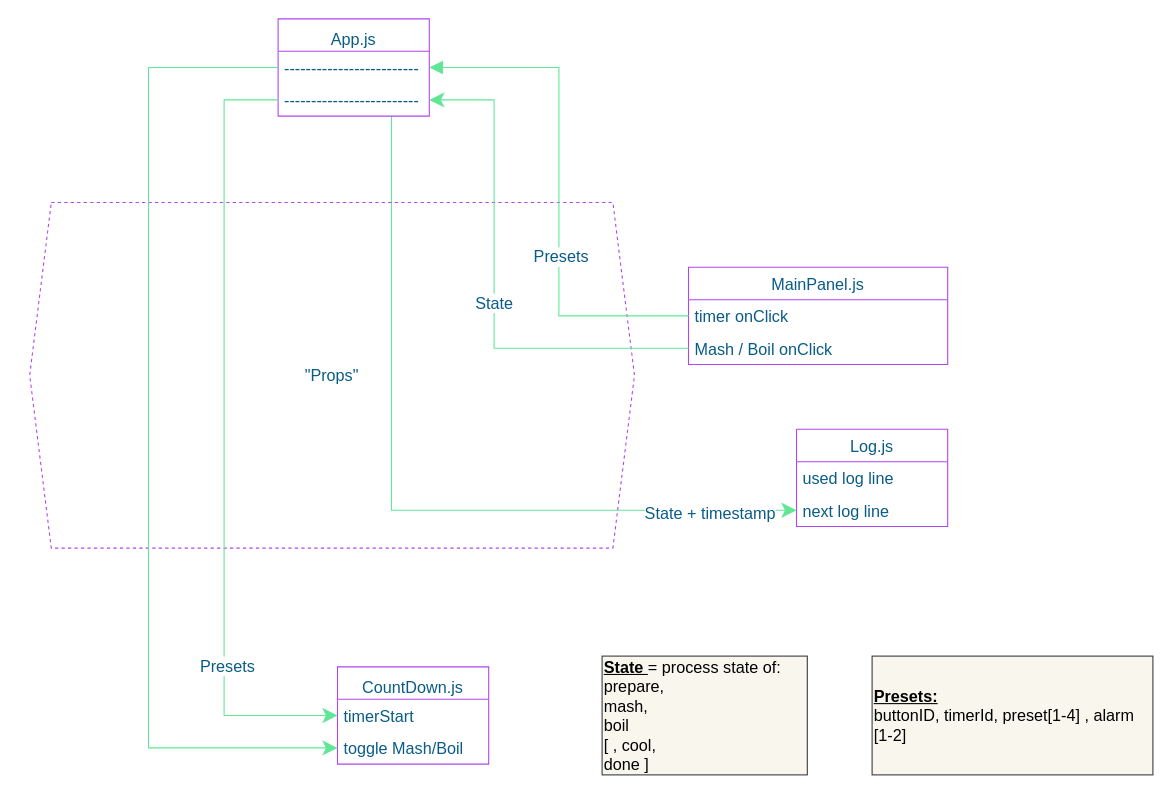
linuxnt64/brewtimer keeps this draw.io diagram as page "Flow" (2 of 2) of .documentation/curernt.drawio. Above is the earlier version. Source tidied: cells renumbered, new cells numbered last; positions are measured from the earlier drawing's top-left corner, leaving out a move shared by most shapes. Both pictures are drawn from the tidied source at 108%, with x=0, y=0 at pixel (29, 18).
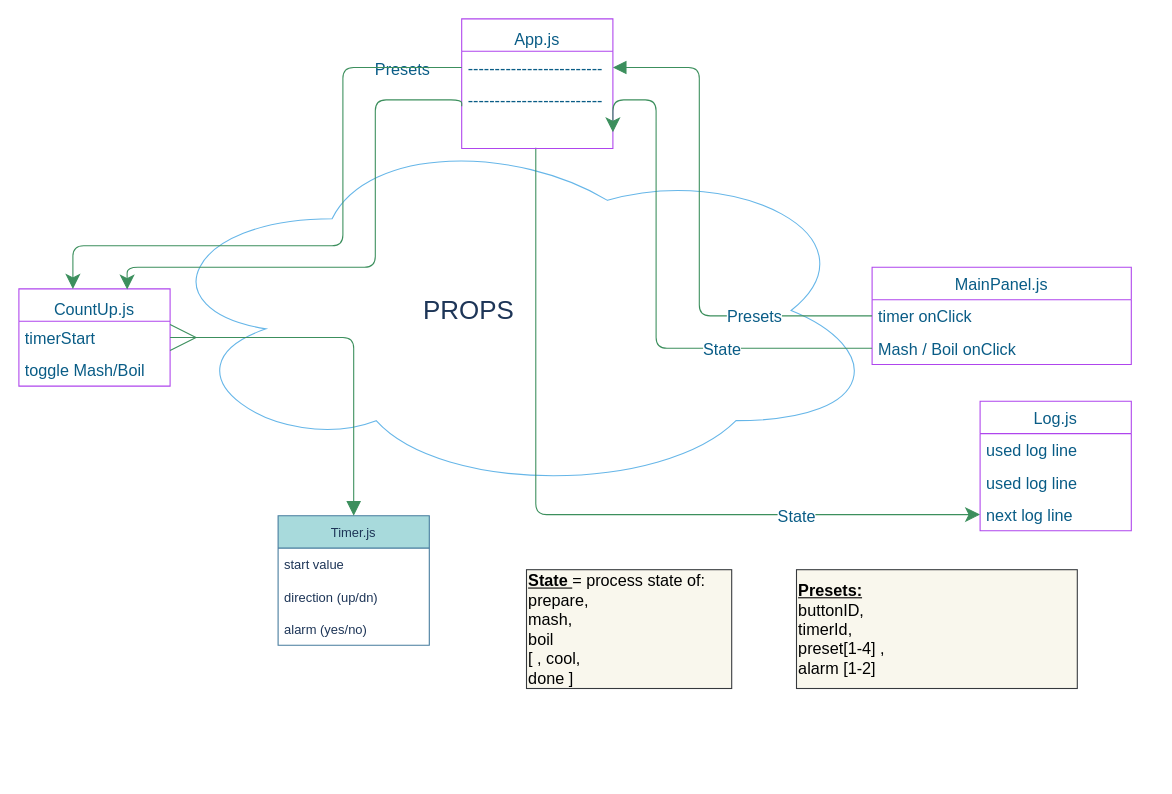
Above is the later version.

Unchanged cells that the change refers to:
```xml
<mxCell id="5" value="-------------------------" style="text;strokeColor=none;fillColor=none;align=left;verticalAlign=middle;spacingLeft=4;spacingRight=4;overflow=hidden;points=[[0,0.5],[1,0.5]];portConstraint=eastwest;labelBackgroundColor=none;fontSize=15;fontColor=#095C86;" parent="4" vertex="1">
  <mxGeometry y="30" width="140" height="30" as="geometry" />
</mxCell>
<mxCell id="8" value="timerStart" style="text;strokeColor=none;fillColor=none;align=left;verticalAlign=middle;spacingLeft=4;spacingRight=4;overflow=hidden;points=[[0,0.5],[1,0.5]];portConstraint=eastwest;labelBackgroundColor=none;fontSize=15;fontColor=#095C86;" parent="7" vertex="1">
  <mxGeometry y="30" width="140" height="30" as="geometry" />
</mxCell>
<mxCell id="9" value="toggle Mash/Boil" style="text;strokeColor=none;fillColor=none;align=left;verticalAlign=middle;spacingLeft=4;spacingRight=4;overflow=hidden;points=[[0,0.5],[1,0.5]];portConstraint=eastwest;labelBackgroundColor=none;fontSize=15;fontColor=#095C86;" parent="7" vertex="1">
  <mxGeometry y="60" width="140" height="30" as="geometry" />
</mxCell>
<mxCell id="14" value="timer onClick " style="text;strokeColor=none;fillColor=none;align=left;verticalAlign=middle;spacingLeft=4;spacingRight=4;overflow=hidden;points=[[0,0.5],[1,0.5]];portConstraint=eastwest;labelBackgroundColor=none;fontSize=15;fontColor=#095C86;" parent="13" vertex="1">
  <mxGeometry y="30" width="240" height="30" as="geometry" />
</mxCell>
<mxCell id="15" value="Mash / Boil onClick" style="text;strokeColor=none;fillColor=none;align=left;verticalAlign=middle;spacingLeft=4;spacingRight=4;overflow=hidden;points=[[0,0.5],[1,0.5]];portConstraint=eastwest;labelBackgroundColor=none;fontSize=15;fontColor=#095C86;" parent="13" vertex="1">
  <mxGeometry y="60" width="240" height="30" as="geometry" />
</mxCell>
```

Change to the diagram source:
```diff
@@
+    <mxCell id="26" value="&lt;font style=&quot;font-size: 24px&quot;&gt;PROPS&amp;nbsp; &amp;nbsp; &amp;nbsp; &amp;nbsp; &amp;nbsp; &amp;nbsp; &amp;nbsp;&lt;/font&gt;" style="ellipse;shape=cloud;whiteSpace=wrap;html=1;rounded=0;sketch=0;fontColor=#1D3557;strokeColor=#66B6E8;fillColor=none;" parent="1" vertex="1">
+      <mxGeometry x="110" y="100" width="680" height="340" as="geometry" />
+    </mxCell>
-    <mxCell id="2" style="edgeStyle=orthogonalEdgeStyle;rounded=0;jettySize=auto;html=1;exitX=0.75;exitY=1;exitDx=0;exitDy=0;entryX=0;entryY=0.5;entryDx=0;entryDy=0;fontSize=15;strokeColor=#60E696;fontColor=#095C86;endSize=11;" parent="1" edge="1" source="4" target="23">
+    <mxCell id="2" style="edgeStyle=orthogonalEdgeStyle;rounded=1;jettySize=auto;html=1;exitX=0.49;exitY=0.978;exitDx=0;exitDy=0;entryX=0;entryY=0.5;entryDx=0;entryDy=0;fontSize=15;strokeColor=#3C8F5D;fontColor=#095C86;endSize=11;exitPerimeter=0;" parent="1" edge="1" source="6" target="23">
       <mxGeometry relative="1" as="geometry" />
     </mxCell>
-    <mxCell id="3" value="State + timestamp" style="edgeLabel;html=1;align=center;verticalAlign=middle;fontSize=15;fontColor=#095C86;" parent="2" vertex="1">
-      <mxGeometry x="0.78" y="-2" relative="1" as="geometry" />
+    <mxCell id="3" value="State" style="edgeLabel;html=1;align=center;verticalAlign=middle;fontSize=15;fontColor=#095C86;" parent="2" vertex="1">
+      <mxGeometry x="0.78" y="-2" relative="1" as="geometry">
+        <mxPoint x="-87" y="-2" as="offset" />
+      </mxGeometry>
     </mxCell>
     <mxCell id="4" value="App.js" style="swimlane;fontStyle=0;horizontal=1;startSize=30;labelBackgroundColor=none;fontSize=15;fillColor=none;gradientDirection=south;align=center;verticalAlign=bottom;strokeColor=#AF45ED;fontColor=#095C86;" parent="1" vertex="1">
-      <mxGeometry x="230" width="140" height="90" as="geometry" />
+      <mxGeometry x="400" width="140" height="120" as="geometry" />
     </mxCell>
@@
+    <mxCell id="27" value="-------------------------" style="text;strokeColor=none;fillColor=none;align=left;verticalAlign=middle;spacingLeft=4;spacingRight=4;overflow=hidden;points=[[0,0.5],[1,0.5]];portConstraint=eastwest;labelBackgroundColor=none;fontSize=15;fontColor=#095C86;" parent="4" vertex="1">
+      <mxGeometry y="60" width="140" height="30" as="geometry" />
+    </mxCell>
-    <mxCell id="6" value="-------------------------" style="text;strokeColor=none;fillColor=none;align=left;verticalAlign=middle;spacingLeft=4;spacingRight=4;overflow=hidden;points=[[0,0.5],[1,0.5]];portConstraint=eastwest;labelBackgroundColor=none;fontSize=15;fontColor=#095C86;" parent="4" vertex="1">
-      <mxGeometry y="60" width="140" height="30" as="geometry" />
+    <mxCell id="6" value="      " style="text;strokeColor=none;fillColor=none;align=left;verticalAlign=middle;spacingLeft=4;spacingRight=4;overflow=hidden;points=[[0,0.5],[1,0.5]];portConstraint=eastwest;labelBackgroundColor=none;fontSize=15;fontColor=#095C86;" parent="4" vertex="1">
+      <mxGeometry y="90" width="140" height="30" as="geometry" />
     </mxCell>
-    <mxCell id="7" value="CountDown.js" style="swimlane;fontStyle=0;horizontal=1;startSize=30;labelBackgroundColor=none;fontSize=15;fillColor=none;gradientDirection=south;align=center;verticalAlign=bottom;strokeColor=#AF45ED;fontColor=#095C86;" parent="1" vertex="1">
-      <mxGeometry x="285" y="600" width="140" height="90" as="geometry" />
+    <mxCell id="7" value="CountUp.js" style="swimlane;fontStyle=0;horizontal=1;startSize=30;labelBackgroundColor=none;fontSize=15;fillColor=none;gradientDirection=south;align=center;verticalAlign=bottom;strokeColor=#AF45ED;fontColor=#095C86;" parent="1" vertex="1">
+      <mxGeometry x="-10" y="250" width="140" height="90" as="geometry" />
     </mxCell>
@@
-    <mxCell id="10" value="&quot;Props&quot;" style="shape=hexagon;perimeter=hexagonPerimeter2;whiteSpace=wrap;html=1;fixedSize=1;dashed=1;labelBackgroundColor=none;fontSize=15;strokeColor=#AF45ED;fillColor=none;gradientDirection=south;align=center;verticalAlign=middle;fontColor=#095C86;" parent="1" vertex="1">
-      <mxGeometry y="170" width="560" height="320" as="geometry" />
-    </mxCell>
-    <mxCell id="11" style="edgeStyle=orthogonalEdgeStyle;rounded=0;jettySize=auto;html=1;exitX=0;exitY=0.5;exitDx=0;exitDy=0;fontSize=15;entryX=0;entryY=0.5;entryDx=0;entryDy=0;strokeColor=#60E696;fontColor=#095C86;endSize=11;" parent="1" edge="1" source="6" target="8">
+    <mxCell id="11" style="edgeStyle=orthogonalEdgeStyle;rounded=1;jettySize=auto;html=1;exitX=0;exitY=0.695;exitDx=0;exitDy=0;fontSize=15;entryX=0.716;entryY=0.007;entryDx=0;entryDy=0;strokeColor=#3C8F5D;fontColor=#095C86;endSize=11;entryPerimeter=0;exitPerimeter=0;" parent="1" edge="1" source="27" target="7">
       <mxGeometry relative="1" as="geometry">
         <Array as="points">
-          <mxPoint x="180" y="75" />
-          <mxPoint x="180" y="645" />
+          <mxPoint x="400" y="75" />
+          <mxPoint x="320" y="75" />
+          <mxPoint x="320" y="230" />
+          <mxPoint x="90" y="230" />
         </Array>
       </mxGeometry>
     </mxCell>
     <mxCell id="12" value="Presets" style="edgeLabel;html=1;align=center;verticalAlign=middle;fontSize=15;fontColor=#095C86;" parent="11" vertex="1">
-      <mxGeometry x="0.58" y="2" relative="1" as="geometry" />
+      <mxGeometry x="0.58" y="2" relative="1" as="geometry">
+        <mxPoint x="172" y="-187" as="offset" />
+      </mxGeometry>
     </mxCell>
     <mxCell id="13" value="MainPanel.js" style="swimlane;fontStyle=0;horizontal=1;startSize=30;labelBackgroundColor=none;fontSize=15;strokeColor=#AF45ED;fillColor=none;gradientDirection=south;align=center;verticalAlign=middle;fontColor=#095C86;" parent="1" vertex="1">
-      <mxGeometry x="610" y="230" width="240" height="90" as="geometry" />
+      <mxGeometry x="780" y="230" width="240" height="90" as="geometry" />
     </mxCell>
@@
-    <mxCell id="16" style="edgeStyle=orthogonalEdgeStyle;rounded=0;jettySize=auto;html=1;exitX=0;exitY=0.5;exitDx=0;exitDy=0;entryX=1;entryY=0.5;entryDx=0;entryDy=0;fontSize=15;strokeColor=#60E696;fontColor=#095C86;endArrow=block;endFill=1;endSize=10;" parent="1" edge="1" source="14" target="5">
-      <mxGeometry relative="1" as="geometry" />
+    <mxCell id="16" style="edgeStyle=orthogonalEdgeStyle;rounded=1;jettySize=auto;html=1;exitX=0;exitY=0.5;exitDx=0;exitDy=0;entryX=1;entryY=0.5;entryDx=0;entryDy=0;fontSize=15;strokeColor=#3C8F5D;fontColor=#095C86;endArrow=block;endFill=1;endSize=10;" parent="1" edge="1" source="14" target="5">
+      <mxGeometry relative="1" as="geometry">
+        <Array as="points">
+          <mxPoint x="620" y="275" />
+          <mxPoint x="620" y="45" />
+        </Array>
+      </mxGeometry>
     </mxCell>
     <mxCell id="17" value="Presets" style="edgeLabel;html=1;align=center;verticalAlign=middle;fontSize=15;fontColor=#095C86;" parent="16" vertex="1">
       <mxGeometry x="0.11" relative="1" as="geometry">
-        <mxPoint x="1" y="85" as="offset" />
+        <mxPoint x="50" y="100" as="offset" />
       </mxGeometry>
     </mxCell>
-    <mxCell id="18" style="edgeStyle=orthogonalEdgeStyle;rounded=0;jettySize=auto;html=1;exitX=0;exitY=0.5;exitDx=0;exitDy=0;entryX=1;entryY=0.5;entryDx=0;entryDy=0;fontSize=15;strokeColor=#60E696;fontColor=#095C86;endSize=11;" parent="1" edge="1" source="15" target="6">
+    <mxCell id="18" style="edgeStyle=orthogonalEdgeStyle;rounded=1;jettySize=auto;html=1;exitX=0;exitY=0.5;exitDx=0;exitDy=0;entryX=1;entryY=0.5;entryDx=0;entryDy=0;fontSize=15;strokeColor=#3C8F5D;fontColor=#095C86;endSize=11;" parent="1" edge="1" source="15" target="6">
       <mxGeometry relative="1" as="geometry">
         <Array as="points">
-          <mxPoint x="430" y="305" />
-          <mxPoint x="430" y="75" />
+          <mxPoint x="580" y="305" />
+          <mxPoint x="580" y="75" />
         </Array>
       </mxGeometry>
     </mxCell>
     <mxCell id="19" value="State" style="edgeLabel;html=1;align=center;verticalAlign=middle;fontSize=15;fontColor=#095C86;" parent="18" vertex="1">
       <mxGeometry x="0.2" y="1" relative="1" as="geometry">
-        <mxPoint y="59" as="offset" />
+        <mxPoint x="61" y="100" as="offset" />
       </mxGeometry>
     </mxCell>
-    <mxCell id="20" style="edgeStyle=orthogonalEdgeStyle;rounded=0;jettySize=auto;html=1;entryX=0;entryY=0.5;entryDx=0;entryDy=0;fontSize=15;exitX=0;exitY=0.5;exitDx=0;exitDy=0;strokeColor=#60E696;fontColor=#095C86;endSize=11;" parent="1" edge="1" source="5" target="9">
+    <mxCell id="20" style="edgeStyle=orthogonalEdgeStyle;rounded=1;jettySize=auto;html=1;fontSize=15;exitX=0;exitY=0.5;exitDx=0;exitDy=0;strokeColor=#3C8F5D;fontColor=#095C86;endSize=11;" parent="1" edge="1" source="5">
       <mxGeometry relative="1" as="geometry">
+        <mxPoint x="40" y="250" as="targetPoint" />
         <Array as="points">
-          <mxPoint x="110" y="45" />
-          <mxPoint x="110" y="675" />
+          <mxPoint x="290" y="45" />
+          <mxPoint x="290" y="210" />
+          <mxPoint x="40" y="210" />
         </Array>
       </mxGeometry>
     </mxCell>
     <mxCell id="21" value="Log.js" style="swimlane;fontStyle=0;horizontal=1;startSize=30;labelBackgroundColor=none;fontSize=15;strokeColor=#AF45ED;fillColor=none;gradientDirection=south;align=center;verticalAlign=middle;fontColor=#095C86;" parent="1" vertex="1">
-      <mxGeometry x="710" y="380" width="140" height="90" as="geometry" />
+      <mxGeometry x="880" y="354" width="140" height="120" as="geometry" />
     </mxCell>
@@
+    <mxCell id="28" value="used log line" style="text;strokeColor=none;fillColor=none;align=left;verticalAlign=middle;spacingLeft=4;spacingRight=4;overflow=hidden;labelBackgroundColor=none;fontSize=15;fontColor=#095C86;" parent="21" vertex="1">
+      <mxGeometry y="60" width="140" height="30" as="geometry" />
+    </mxCell>
     <mxCell id="23" value="next log line" style="text;strokeColor=none;fillColor=none;align=left;verticalAlign=middle;spacingLeft=4;spacingRight=4;overflow=hidden;points=[[0,0.5],[1,0.5]];portConstraint=eastwest;labelBackgroundColor=none;fontSize=15;fontColor=#095C86;" parent="21" vertex="1">
-      <mxGeometry y="60" width="140" height="30" as="geometry" />
+      <mxGeometry y="90" width="140" height="30" as="geometry" />
     </mxCell>
     <mxCell id="24" value="&lt;b&gt;&lt;u&gt;State &lt;/u&gt;&lt;/b&gt;= process state of:&lt;br&gt;prepare,&lt;br&gt;mash,&lt;br&gt;boil&lt;br&gt;[ , cool,&lt;br&gt;done ]" style="text;html=1;align=left;verticalAlign=middle;whiteSpace=wrap;rounded=0;labelBackgroundColor=none;fontSize=15;fillColor=#f9f7ed;strokeColor=#36393d;" parent="1" vertex="1">
-      <mxGeometry x="530" y="590" width="190" height="110" as="geometry" />
+      <mxGeometry x="460" y="510" width="190" height="110" as="geometry" />
     </mxCell>
-    <mxCell id="25" value="&lt;b&gt;&lt;u&gt;Presets:&lt;br&gt;&lt;/u&gt;&lt;/b&gt;buttonID, timerId, preset[1-4] , alarm [1-2]" style="text;html=1;strokeColor=#36393d;fillColor=#f9f7ed;align=left;verticalAlign=middle;whiteSpace=wrap;rounded=0;labelBackgroundColor=none;fontSize=15;" parent="1" vertex="1">
-      <mxGeometry x="780" y="590" width="260" height="110" as="geometry" />
+    <mxCell id="25" value="&lt;b&gt;&lt;u&gt;Presets:&lt;br&gt;&lt;/u&gt;&lt;/b&gt;buttonID,&lt;br&gt;timerId,&lt;br&gt;preset[1-4] ,&lt;br&gt;alarm [1-2]" style="text;html=1;strokeColor=#36393d;fillColor=#f9f7ed;align=left;verticalAlign=middle;whiteSpace=wrap;rounded=0;labelBackgroundColor=none;fontSize=15;" parent="1" vertex="1">
+      <mxGeometry x="710" y="510" width="260" height="110" as="geometry" />
     </mxCell>
+    <mxCell id="29" value="Timer.js" style="swimlane;fontStyle=0;horizontal=1;startSize=30;rounded=0;sketch=0;fontColor=#1D3557;strokeColor=#457B9D;fillColor=#A8DADC;" parent="1" vertex="1">
+      <mxGeometry x="230" y="460" width="140" height="120" as="geometry" />
+    </mxCell>
+    <mxCell id="30" value="start value" style="text;strokeColor=none;fillColor=none;align=left;verticalAlign=middle;spacingLeft=4;spacingRight=4;overflow=hidden;rounded=0;sketch=0;fontColor=#1D3557;" parent="29" vertex="1">
+      <mxGeometry y="30" width="140" height="30" as="geometry" />
+    </mxCell>
+    <mxCell id="31" value="direction (up/dn)" style="text;strokeColor=none;fillColor=none;align=left;verticalAlign=middle;spacingLeft=4;spacingRight=4;overflow=hidden;rounded=0;sketch=0;fontColor=#1D3557;" parent="29" vertex="1">
+      <mxGeometry y="60" width="140" height="30" as="geometry" />
+    </mxCell>
+    <mxCell id="32" value="alarm (yes/no)" style="text;strokeColor=none;fillColor=none;align=left;verticalAlign=middle;spacingLeft=4;spacingRight=4;overflow=hidden;rounded=0;sketch=0;fontColor=#1D3557;" parent="29" vertex="1">
+      <mxGeometry y="90" width="140" height="30" as="geometry" />
+    </mxCell>
+    <mxCell id="33" style="edgeStyle=orthogonalEdgeStyle;rounded=1;sketch=0;jettySize=auto;html=1;exitX=1;exitY=0.5;exitDx=0;exitDy=0;entryX=0.5;entryY=0;entryDx=0;entryDy=0;fontSize=24;fontColor=#1D3557;endArrow=block;endFill=1;endSize=11;strokeColor=#3C8F5D;fillColor=#A8DADC;startArrow=ERmany;startFill=0;startSize=22;" parent="1" edge="1" source="8" target="29">
+      <mxGeometry relative="1" as="geometry" />
+    </mxCell>
```
